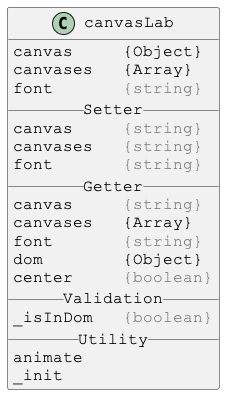
The PlantUML diagram docs/PlantUml/image/canvasLab.png in Justin-Byrne/canvasLab, before a commit.
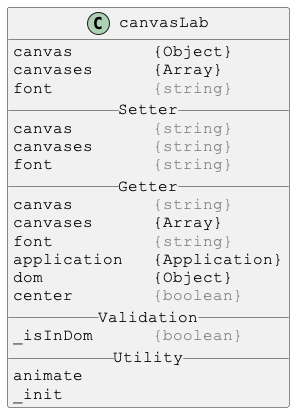
Later version of the same file.

The edit, as a diff of the source:
```diff
@@ -4,21 +4,22 @@
 skinparam DefaultFontName Courier New
 
 class canvasLab {
-canvas     {Object}
-canvases   {Array}
-font       <color:gray>{string}</color>
+canvas        {Object}
+canvases      {Array}
+font          <color:gray>{string}</color>
 __ Setter __
-canvas     <color:gray>{string}</color>
-canvases   <color:gray>{string}</color>
-font       <color:gray>{string}</color>
+canvas        <color:gray>{string}</color>
+canvases      <color:gray>{string}</color>
+font          <color:gray>{string}</color>
 __ Getter __
-canvas     <color:gray>{string}</color>
-canvases   {Array}
-font       <color:gray>{string}</color>
-dom        {Object}
-center     <color:gray>{boolean}</color>
+canvas        <color:gray>{string}</color>
+canvases      {Array}
+font          <color:gray>{string}</color>
+application   {Application}
+dom           {Object}
+center        <color:gray>{boolean}</color>
 __ Validation __
-_isInDom   <color:gray>{boolean}</color>
+_isInDom      <color:gray>{boolean}</color>
 __ Utility __
 animate
 _init
```
